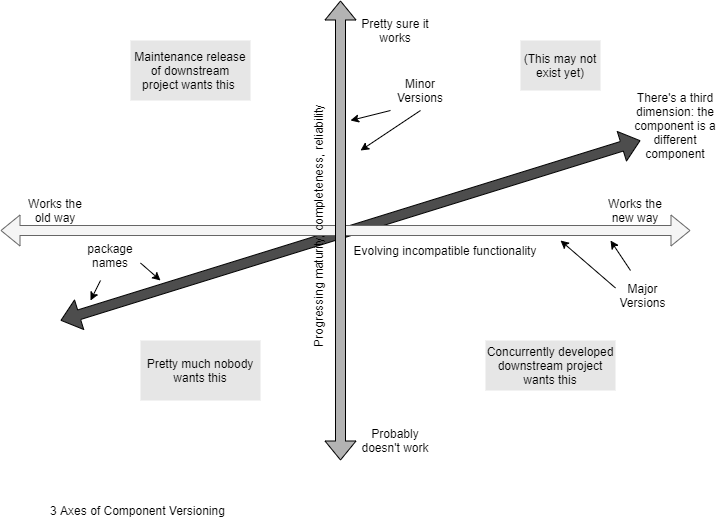
Above: diagrams/versioning.png in dboreham/global-bugs (draw.io), before the change. Source tidied: cells renumbered, new cells last; positions are measured from the earlier drawing's top-left corner, leaving out a move shared by most shapes.
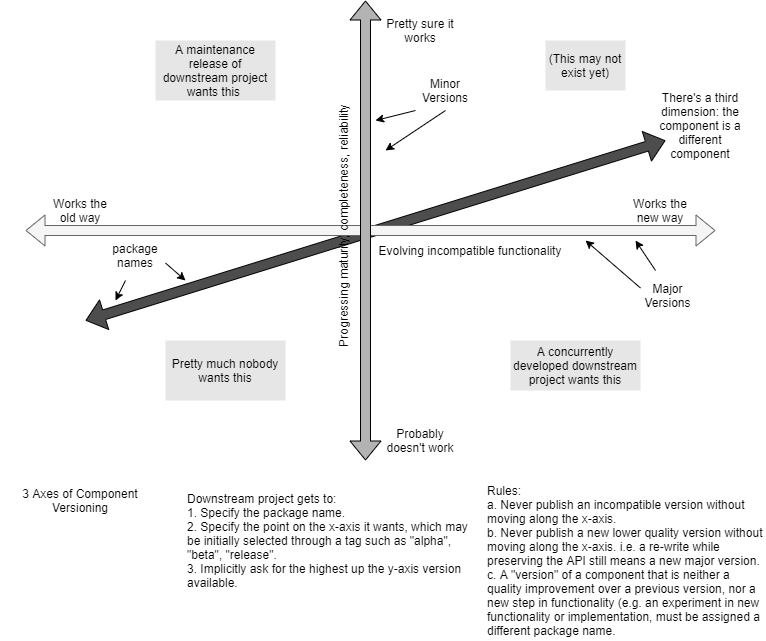
The same diagram one commit later.

Change to the diagram source:
```diff
@@ -33,12 +33,12 @@
       <mxGeometry x="360" y="430" width="70" height="20" as="geometry" />
     </mxCell>
     <mxCell id="9" value="3 Axes of Component Versioning" style="text;html=1;strokeColor=none;fillColor=none;align=center;verticalAlign=middle;whiteSpace=wrap;rounded=0;" parent="1" vertex="1">
-      <mxGeometry x="40" y="500" width="195" height="20" as="geometry" />
+      <mxGeometry x="-25" y="490" width="160" height="20" as="geometry" />
     </mxCell>
-    <mxCell id="10" value="Concurrently developed downstream project wants this" style="text;html=1;strokeColor=none;align=center;verticalAlign=middle;whiteSpace=wrap;rounded=0;fillColor=#E6E6E6;" parent="1" vertex="1">
+    <mxCell id="10" value="A concurrently developed downstream project wants this" style="text;html=1;strokeColor=none;align=center;verticalAlign=middle;whiteSpace=wrap;rounded=0;fillColor=#E6E6E6;" parent="1" vertex="1">
       <mxGeometry x="485" y="340" width="130" height="50" as="geometry" />
     </mxCell>
-    <mxCell id="11" value="Maintenance release of downstream project wants this&amp;nbsp;" style="text;html=1;strokeColor=none;align=center;verticalAlign=middle;whiteSpace=wrap;rounded=0;fillColor=#E6E6E6;" parent="1" vertex="1">
+    <mxCell id="11" value="A maintenance release of downstream project wants this&amp;nbsp;" style="text;html=1;strokeColor=none;align=center;verticalAlign=middle;whiteSpace=wrap;rounded=0;fillColor=#E6E6E6;" parent="1" vertex="1">
       <mxGeometry x="130" y="40" width="120" height="60" as="geometry" />
     </mxCell>
     <mxCell id="12" value="(This may not exist yet)" style="text;html=1;strokeColor=none;align=center;verticalAlign=middle;whiteSpace=wrap;rounded=0;fillColor=#E6E6E6;" parent="1" vertex="1">
@@ -98,5 +98,11 @@
         <mxPoint x="160" y="280" as="targetPoint" />
       </mxGeometry>
     </mxCell>
+    <mxCell id="26" value="Downstream project gets to:&lt;br&gt;1. Specify the package name.&lt;br&gt;2. Specify the point on the x-axis it wants, which may be initially selected through a tag such as &quot;alpha&quot;, &quot;beta&quot;, &quot;release&quot;.&lt;br&gt;3. Implicitly ask for the highest up the y-axis version available." style="text;html=1;strokeColor=none;fillColor=none;align=left;verticalAlign=middle;whiteSpace=wrap;rounded=0;" parent="1" vertex="1">
+      <mxGeometry x="160" y="490" width="285" height="100" as="geometry" />
+    </mxCell>
+    <mxCell id="27" value="Rules:&lt;br&gt;a. Never publish an incompatible version without moving along the x-axis.&lt;br&gt;b. Never publish a new lower quality version without moving along the x-axis. i.e. a re-write while preserving the API still means a new major version.&lt;br&gt;c. A &quot;version&quot; of a component that is neither a quality improvement over a previous version, nor a new step in functionality (e.g. an experiment in new functionality or implementation, must be assigned a different package name.&amp;nbsp;&amp;nbsp;" style="text;html=1;strokeColor=none;fillColor=none;align=left;verticalAlign=middle;whiteSpace=wrap;rounded=0;" parent="1" vertex="1">
+      <mxGeometry x="460" y="480" width="280" height="160" as="geometry" />
+    </mxCell>
   </root>
 </mxGraphModel>
```
